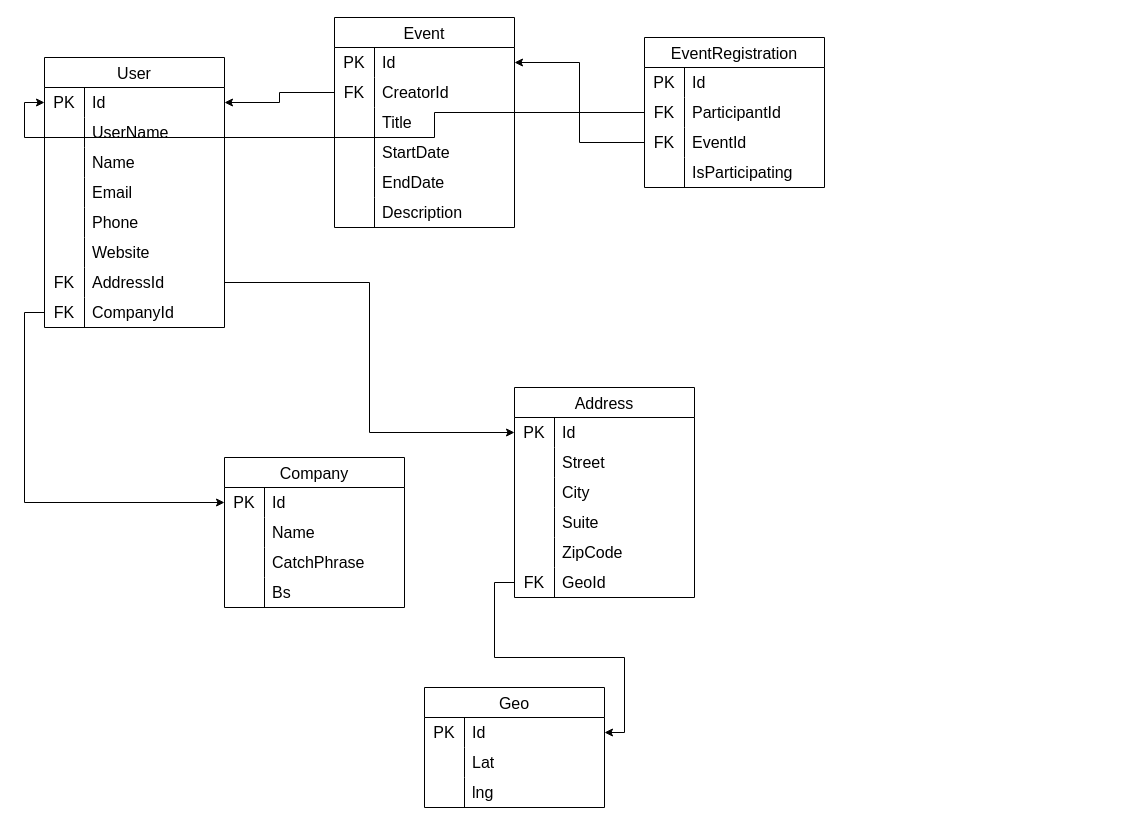
The draw.io diagram Untitled Diagram.drawio in Daniel99W/Innoloft-events-challenge, before the edit. Source tidied: cells renumbered, new cells numbered last; positions are measured from the earlier drawing's top-left corner, leaving out a move shared by most shapes. Both pictures are drawn from the tidied source at 100%, with x=0, y=0 at pixel (44, 17).
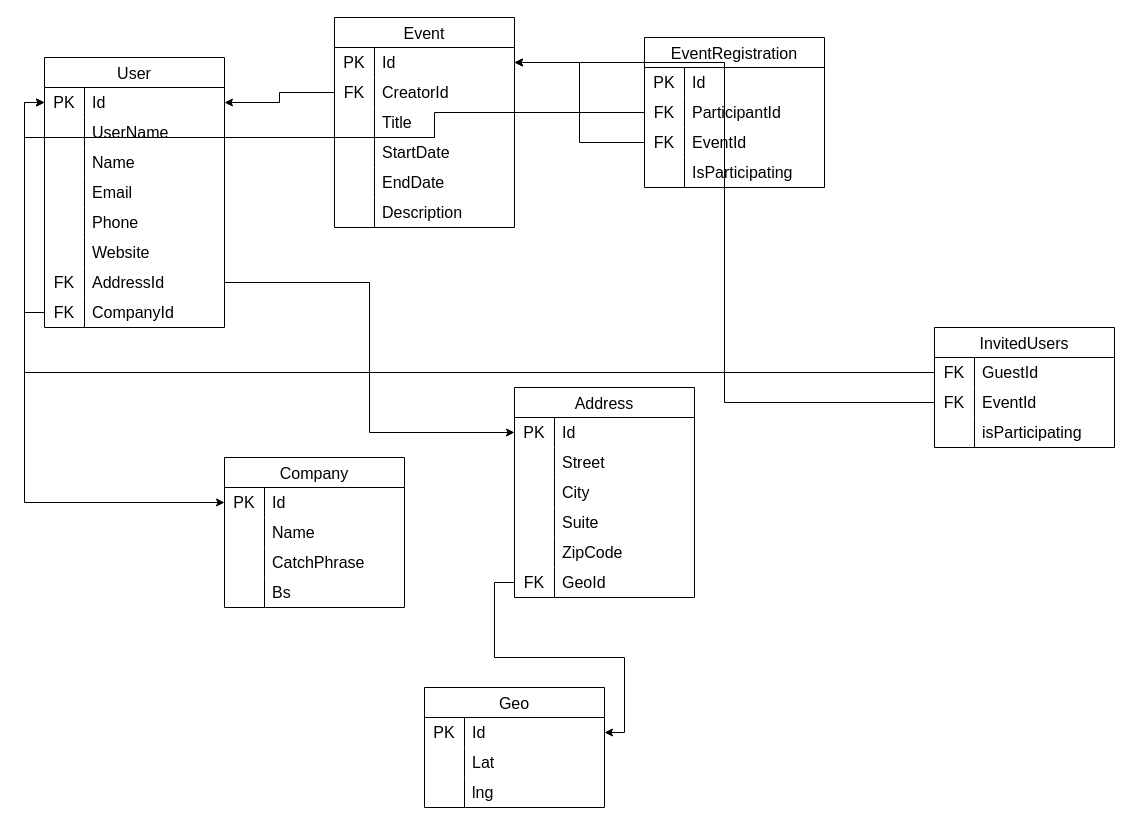
The same page after the edit.

The change refers to these unchanged cells:
```xml
<mxCell id="3" style="shape=tableRow;horizontal=0;startSize=0;swimlaneHead=0;swimlaneBody=0;top=0;left=0;bottom=0;right=0;fillColor=none;points=[[0,0.5],[1,0.5]];portConstraint=eastwest;strokeColor=inherit;fontSize=16;" parent="2" vertex="1">
  <mxGeometry y="30" width="180" height="30" as="geometry" />
</mxCell>
<mxCell id="28" style="shape=tableRow;horizontal=0;startSize=0;swimlaneHead=0;swimlaneBody=0;top=0;left=0;bottom=0;right=0;fillColor=none;points=[[0,0.5],[1,0.5]];portConstraint=eastwest;strokeColor=inherit;fontSize=16;" parent="27" vertex="1">
  <mxGeometry y="30" width="180" height="30" as="geometry" />
</mxCell>
```

What changed in the source:
```diff
@@
+    <mxCell id="107" value="InvitedUsers" style="shape=table;startSize=30;childLayout=tableLayout;rowLines=0;fontStyle=0;strokeColor=default;fontSize=16;" parent="1" vertex="1">
+      <mxGeometry x="890" y="310" width="180" height="120" as="geometry" />
+    </mxCell>
+    <mxCell id="108" style="shape=tableRow;horizontal=0;startSize=0;swimlaneHead=0;swimlaneBody=0;top=0;left=0;bottom=0;right=0;fillColor=none;points=[[0,0.5],[1,0.5]];portConstraint=eastwest;strokeColor=inherit;fontSize=16;" parent="107" vertex="1">
+      <mxGeometry y="30" width="180" height="30" as="geometry" />
+    </mxCell>
+    <mxCell id="109" value="FK" style="shape=partialRectangle;html=1;whiteSpace=wrap;fillColor=none;top=0;left=0;bottom=0;right=0;overflow=hidden;strokeColor=inherit;fontSize=16;" parent="108" vertex="1">
+      <mxGeometry width="40" height="30" as="geometry" />
+    </mxCell>
+    <mxCell id="110" value="GuestId" style="shape=partialRectangle;html=1;whiteSpace=wrap;fillColor=none;top=0;left=0;bottom=0;right=0;align=left;spacingLeft=6;overflow=hidden;strokeColor=inherit;fontSize=16;" parent="108" vertex="1">
+      <mxGeometry x="40" width="140" height="30" as="geometry" />
+    </mxCell>
+    <mxCell id="111" style="shape=tableRow;horizontal=0;startSize=0;swimlaneHead=0;swimlaneBody=0;top=0;left=0;bottom=0;right=0;fillColor=none;points=[[0,0.5],[1,0.5]];portConstraint=eastwest;strokeColor=inherit;fontSize=16;" parent="107" vertex="1">
+      <mxGeometry y="60" width="180" height="30" as="geometry" />
+    </mxCell>
+    <mxCell id="112" value="FK" style="shape=partialRectangle;html=1;whiteSpace=wrap;fillColor=none;top=0;left=0;bottom=0;right=0;overflow=hidden;strokeColor=inherit;fontSize=16;" parent="111" vertex="1">
+      <mxGeometry width="40" height="30" as="geometry" />
+    </mxCell>
+    <mxCell id="113" value="EventId" style="shape=partialRectangle;html=1;whiteSpace=wrap;fillColor=none;top=0;left=0;bottom=0;right=0;align=left;spacingLeft=6;overflow=hidden;strokeColor=inherit;fontSize=16;" parent="111" vertex="1">
+      <mxGeometry x="40" width="140" height="30" as="geometry" />
+    </mxCell>
+    <mxCell id="114" style="shape=tableRow;horizontal=0;startSize=0;swimlaneHead=0;swimlaneBody=0;top=0;left=0;bottom=0;right=0;fillColor=none;strokeColor=inherit;fontSize=16;" parent="107" vertex="1">
+      <mxGeometry y="90" width="180" height="30" as="geometry" />
+    </mxCell>
+    <mxCell id="115" style="shape=partialRectangle;html=1;whiteSpace=wrap;fillColor=none;top=0;left=0;bottom=0;right=0;overflow=hidden;strokeColor=inherit;fontSize=16;" parent="114" vertex="1">
+      <mxGeometry width="40" height="30" as="geometry" />
+    </mxCell>
+    <mxCell id="116" value="isParticipating" style="shape=partialRectangle;html=1;whiteSpace=wrap;fillColor=none;top=0;left=0;bottom=0;right=0;align=left;spacingLeft=6;overflow=hidden;strokeColor=inherit;fontSize=16;" parent="114" vertex="1">
+      <mxGeometry x="40" width="140" height="30" as="geometry" />
+    </mxCell>
+    <mxCell id="117" style="edgeStyle=orthogonalEdgeStyle;rounded=0;jettySize=auto;html=1;exitX=0;exitY=0.5;exitDx=0;exitDy=0;entryX=1;entryY=0.5;entryDx=0;entryDy=0;" parent="1" edge="1" source="111" target="28">
+      <mxGeometry relative="1" as="geometry" />
+    </mxCell>
+    <mxCell id="118" style="edgeStyle=orthogonalEdgeStyle;rounded=0;jettySize=auto;html=1;exitX=0;exitY=0.5;exitDx=0;exitDy=0;entryX=0;entryY=0.5;entryDx=0;entryDy=0;" parent="1" edge="1" source="108" target="3">
+      <mxGeometry relative="1" as="geometry" />
+    </mxCell>
```
